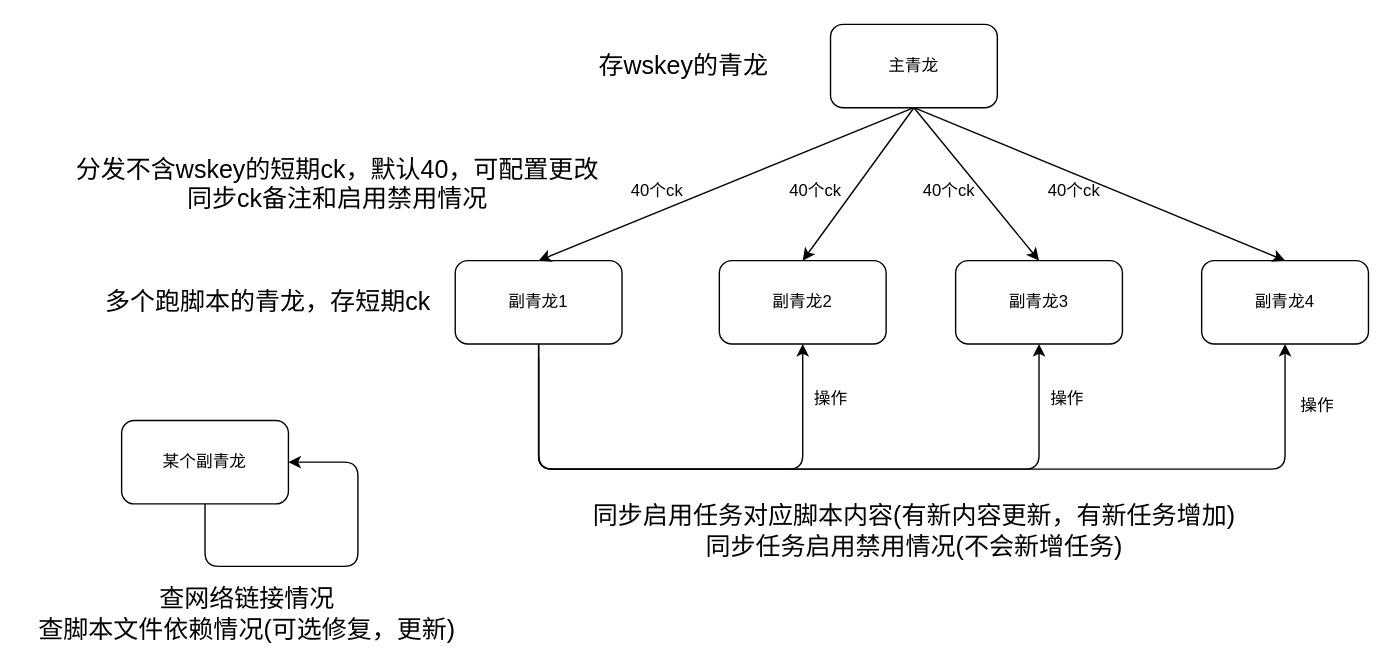
This is 运作图.drawio from xizaha/qinglong_auto_tools, a draw.io file, before an edit. Source tidied: cells renumbered, new cells numbered last; positions are measured from the earlier drawing's top-left corner, leaving out a move shared by most shapes. Both pictures are drawn from the tidied source at 139%, with x=0, y=0 at pixel (24, 24).
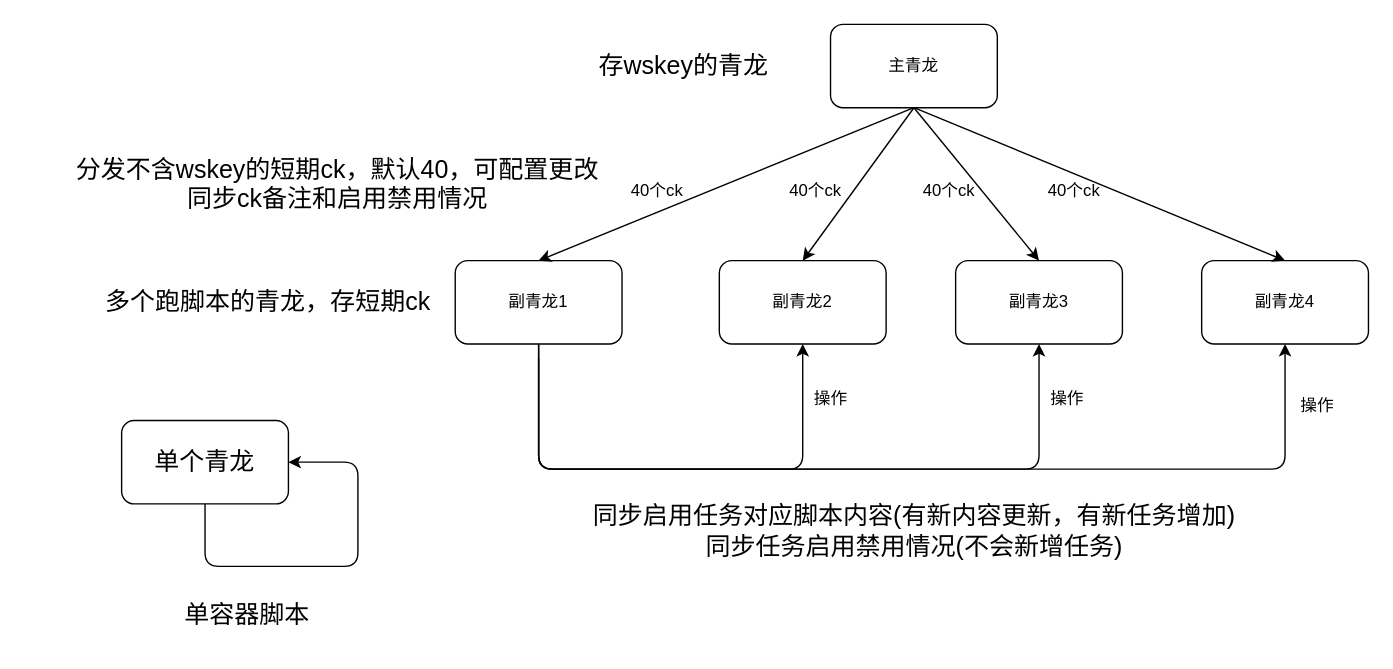
The same diagram, later.

The edit, as a diff of the source:
```diff
@@
-    <mxCell id="22" value="某个副青龙" style="rounded=1;whiteSpace=wrap;html=1;" parent="1" vertex="1">
+    <mxCell id="22" value="&lt;font style=&quot;font-size: 18px&quot;&gt;单个青龙&lt;/font&gt;" style="rounded=1;whiteSpace=wrap;html=1;" parent="1" vertex="1">
       <mxGeometry x="70" y="285" width="120" height="60" as="geometry" />
     </mxCell>
@@
-    <mxCell id="24" value="&lt;font style=&quot;font-size: 18px&quot;&gt;查网络链接情况&lt;br&gt;查脚本文件依赖情况(可选修复，更新)&lt;/font&gt;" style="text;html=1;align=center;verticalAlign=middle;" parent="1" vertex="1">
-      <mxGeometry y="405" width="320" height="40" as="geometry" />
+    <mxCell id="24" value="&lt;font style=&quot;font-size: 18px&quot;&gt;单容器脚本&lt;br&gt;&lt;/font&gt;" style="text;html=1;align=center;verticalAlign=middle;" parent="1" vertex="1">
+      <mxGeometry x="105" y="415" width="110" height="20" as="geometry" />
     </mxCell>
```
